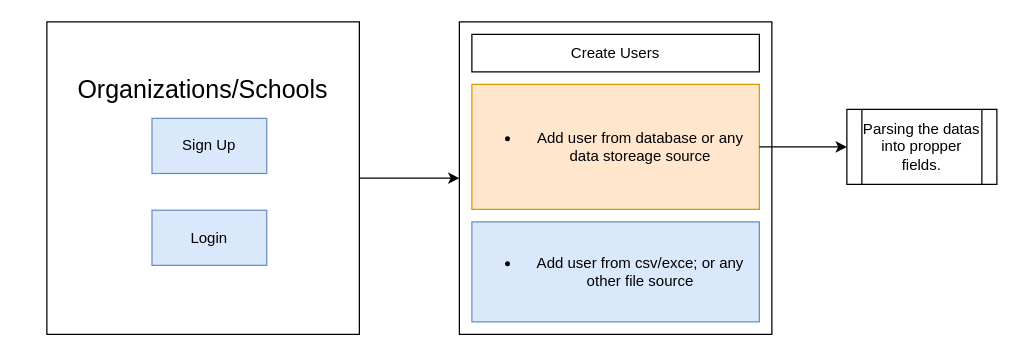
This is design_images/Untitled Diagram.drawio from leyuskckiran1510/SMFS, a draw.io file, before an edit. Source tidied: cells renumbered, new cells numbered last; positions are measured from the earlier drawing's top-left corner, leaving out a move shared by most shapes. Both pictures are drawn from the tidied source at 125%, with x=0, y=0 at pixel (46, 21).
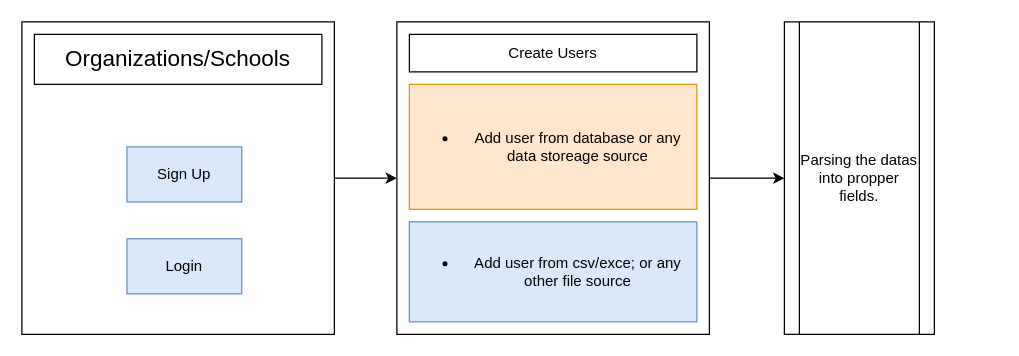
Above is the later version.

What changed in the source:
```diff
@@
 <mxGraphModel>
   <root>
     <mxCell id="0" />
     <mxCell id="1" parent="0" />
     <mxCell id="2" style="group;" parent="1" vertex="1">
-      <mxGeometry width="260" height="250" as="geometry" />
+      <mxGeometry x="-20" width="260" height="250" as="geometry" />
     </mxCell>
-    <mxCell id="3" value="&lt;font style=&quot;font-size: 20px;&quot;&gt;Organizations/Schools&lt;br&gt;&lt;br&gt;&lt;br&gt;&lt;br&gt;&lt;br&gt;&lt;br&gt;&lt;br&gt;&lt;/font&gt;" style="whiteSpace=wrap;html=1;" parent="2" vertex="1">
+    <mxCell id="3" value="&lt;font style=&quot;font-size: 20px;&quot;&gt;&lt;br&gt;&lt;/font&gt;" style="whiteSpace=wrap;html=1;" parent="2" vertex="1">
       <mxGeometry width="250" height="250" as="geometry" />
     </mxCell>
     <mxCell id="4" style="group;" parent="2" vertex="1">
-      <mxGeometry x="84.1" y="77.2" width="91.8" height="117.6" as="geometry" />
+      <mxGeometry x="84.1" y="100" width="91.8" height="117.6" as="geometry" />
     </mxCell>
     <mxCell id="5" value="Login" style="rounded=0;whiteSpace=wrap;html=1;fillColor=#dae8fc;strokeColor=#6c8ebf;" parent="4" vertex="1">
       <mxGeometry y="73.5" width="91.8" height="44.1" as="geometry" />
     </mxCell>
     <mxCell id="6" value="Sign Up" style="rounded=0;whiteSpace=wrap;html=1;fillColor=#dae8fc;strokeColor=#6c8ebf;" parent="4" vertex="1">
       <mxGeometry width="91.8" height="44.1" as="geometry" />
     </mxCell>
+    <mxCell id="16" value="&lt;font style=&quot;font-size: 18px;&quot;&gt;Organizations/Schools&lt;/font&gt;" style="rounded=0;whiteSpace=wrap;html=1;" parent="2" vertex="1">
+      <mxGeometry x="10" y="10" width="230" height="40" as="geometry" />
+    </mxCell>
     <mxCell id="7" style="edgeStyle=orthogonalEdgeStyle;rounded=0;jettySize=auto;html=1;" parent="1" edge="1" source="3" target="10">
       <mxGeometry relative="1" as="geometry" />
     </mxCell>
     <mxCell id="8" value="Parsing the datas into propper fields." style="shape=process;whiteSpace=wrap;html=1;backgroundOutline=1;" parent="1" vertex="1">
-      <mxGeometry x="640" y="70" width="120" height="60" as="geometry" />
+      <mxGeometry x="590" width="120" height="250" as="geometry" />
     </mxCell>
     <mxCell id="9" style="group;" parent="1" vertex="1">
-      <mxGeometry x="330" width="250" height="250" as="geometry" />
+      <mxGeometry x="280" width="250" height="250" as="geometry" />
     </mxCell>
     <mxCell id="10" value="&lt;br&gt;" style="whiteSpace=wrap;html=1;" parent="9" vertex="1">
       <mxGeometry width="250" height="250" as="geometry" />
     </mxCell>
     <mxCell id="11" value="Create Users" style="rounded=0;whiteSpace=wrap;html=1;" parent="9" vertex="1">
       <mxGeometry x="10" y="10" width="230" height="30" as="geometry" />
     </mxCell>
     <mxCell id="12" value="&lt;ul&gt;&lt;li&gt;Add user from database or any data storeage source&lt;/li&gt;&lt;/ul&gt;" style="rounded=0;whiteSpace=wrap;html=1;fillColor=#ffe6cc;strokeColor=#d79b00;" parent="9" vertex="1">
       <mxGeometry x="10" y="50" width="230" height="100" as="geometry" />
     </mxCell>
     <mxCell id="13" value="&lt;ul&gt;&lt;li&gt;Add user from csv/exce; or any other file source&lt;/li&gt;&lt;/ul&gt;" style="rounded=0;whiteSpace=wrap;html=1;fillColor=#dae8fc;strokeColor=#6c8ebf;" parent="9" vertex="1">
       <mxGeometry x="10" y="160" width="230" height="80" as="geometry" />
     </mxCell>
     <mxCell id="14" style="edgeStyle=orthogonalEdgeStyle;rounded=0;orthogonalLoop=1;jettySize=auto;html=1;exitX=0.5;exitY=1;exitDx=0;exitDy=0;" parent="9" edge="1" source="11" target="11">
       <mxGeometry relative="1" as="geometry" />
     </mxCell>
-    <mxCell id="15" style="edgeStyle=orthogonalEdgeStyle;rounded=0;jettySize=auto;html=1;" parent="1" edge="1" source="12" target="8">
-      <mxGeometry relative="1" as="geometry" />
-    </mxCell>
+    <mxCell id="17" style="edgeStyle=orthogonalEdgeStyle;rounded=0;jettySize=auto;html=1;" parent="1" edge="1" source="10" target="8">
+      <mxGeometry relative="1" as="geometry" />
+    </mxCell>
   </root>
 </mxGraphModel>
```
